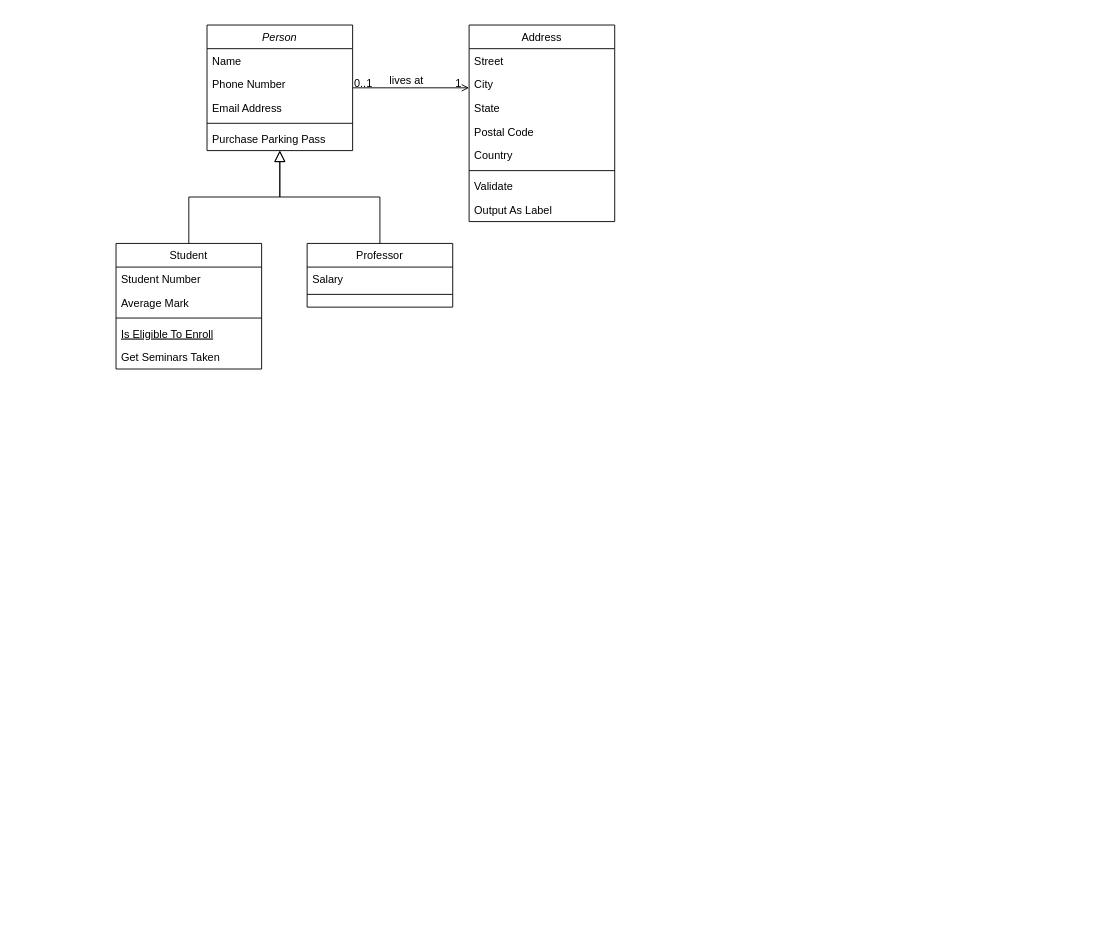
TalbiCome/TowerDefense keeps this draw.io diagram as Doc/Diagramme sans nom.drawio. Above is the earlier version. Source tidied: cells renumbered, new cells numbered last; positions are measured from the earlier drawing's top-left corner, leaving out a move shared by most shapes. Both pictures are drawn from the tidied source at 91%, with x=0, y=0 at pixel (116, 25).
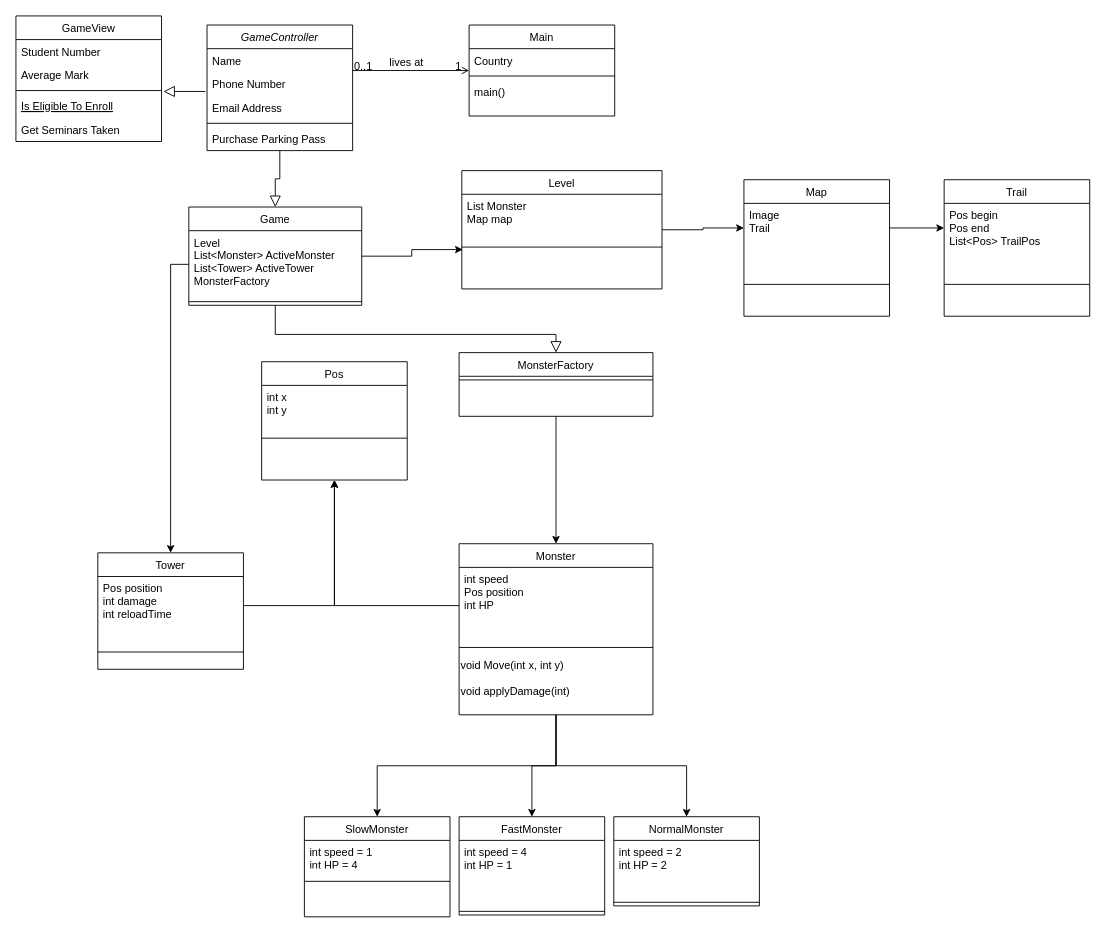
The same page after the edit.

The change refers to these unchanged cells:
```xml
<mxCell id="5" value="Email Address" style="text;align=left;verticalAlign=top;spacingLeft=4;spacingRight=4;overflow=hidden;points=[[0,0.5],[1,0.5]];portConstraint=eastwest;rounded=0;shadow=0;html=0;" parent="2" vertex="1">
  <mxGeometry y="78" width="160" height="26" as="geometry" />
</mxCell>
<mxCell id="12" value="Is Eligible To Enroll" style="text;align=left;verticalAlign=top;spacingLeft=4;spacingRight=4;overflow=hidden;points=[[0,0.5],[1,0.5]];portConstraint=eastwest;fontStyle=4;" parent="8" vertex="1">
  <mxGeometry y="86" width="160" height="26" as="geometry" />
</mxCell>
```

Diff of the diagram source:
```diff
@@
-    <mxCell id="2" value="Person" style="swimlane;fontStyle=2;align=center;verticalAlign=top;horizontal=1;startSize=26;rounded=0;shadow=0;strokeWidth=1;" parent="1" vertex="1">
+    <mxCell id="2" value="GameController" style="swimlane;fontStyle=2;align=center;verticalAlign=top;horizontal=1;startSize=26;rounded=0;shadow=0;strokeWidth=1;" parent="1" vertex="1">
       <mxGeometry x="100" width="160" height="138" as="geometry" />
     </mxCell>
@@
-    <mxCell id="8" value="Student" style="swimlane;fontStyle=0;align=center;verticalAlign=top;horizontal=1;startSize=26;rounded=0;shadow=0;strokeWidth=1;" parent="1" vertex="1">
-      <mxGeometry y="240" width="160" height="138" as="geometry" />
+    <mxCell id="8" value="GameView" style="swimlane;fontStyle=0;align=center;verticalAlign=top;horizontal=1;startSize=26;rounded=0;shadow=0;strokeWidth=1;" parent="1" vertex="1">
+      <mxGeometry x="-110" y="-10" width="160" height="138" as="geometry" />
     </mxCell>
@@
-    <mxCell id="14" style="endArrow=block;endSize=10;endFill=0;shadow=0;strokeWidth=1;rounded=0;edgeStyle=elbowEdgeStyle;elbow=vertical;" parent="1" edge="1" source="8" target="2">
+    <mxCell id="14" style="endArrow=block;endSize=10;endFill=0;shadow=0;strokeWidth=1;rounded=0;edgeStyle=elbowEdgeStyle;elbow=vertical;exitX=-0.012;exitY=-0.192;exitDx=0;exitDy=0;exitPerimeter=0;entryX=1.013;entryY=-0.115;entryDx=0;entryDy=0;entryPerimeter=0;" parent="1" edge="1" source="5" target="12">
       <mxGeometry relative="1" as="geometry" />
     </mxCell>
-    <mxCell id="15" value="Professor" style="swimlane;fontStyle=0;align=center;verticalAlign=top;horizontal=1;startSize=26;rounded=0;shadow=0;strokeWidth=1;" parent="1" vertex="1">
-      <mxGeometry x="210" y="240" width="160" height="70" as="geometry" />
+    <mxCell id="15" value="Game" style="swimlane;fontStyle=0;align=center;verticalAlign=top;horizontal=1;startSize=26;rounded=0;shadow=0;strokeWidth=1;" parent="1" vertex="1">
+      <mxGeometry x="80" y="200" width="190" height="108" as="geometry" />
     </mxCell>
-    <mxCell id="16" value="Salary" style="text;align=left;verticalAlign=top;spacingLeft=4;spacingRight=4;overflow=hidden;points=[[0,0.5],[1,0.5]];portConstraint=eastwest;" parent="15" vertex="1">
-      <mxGeometry y="26" width="160" height="26" as="geometry" />
+    <mxCell id="16" value="Level&#10;List&lt;Monster&gt; ActiveMonster&#10;List&lt;Tower&gt; ActiveTower&#10;MonsterFactory&#10;" style="text;align=left;verticalAlign=top;spacingLeft=4;spacingRight=4;overflow=hidden;points=[[0,0.5],[1,0.5]];portConstraint=eastwest;" parent="15" vertex="1">
+      <mxGeometry y="26" width="190" height="74" as="geometry" />
     </mxCell>
     <mxCell id="17" style="line;html=1;strokeWidth=1;align=left;verticalAlign=middle;spacingTop=-1;spacingLeft=3;spacingRight=3;labelPosition=right;" parent="15" vertex="1">
-      <mxGeometry y="52" width="160" height="8" as="geometry" />
+      <mxGeometry y="100" width="190" height="8" as="geometry" />
     </mxCell>
-    <mxCell id="18" style="endArrow=block;endSize=10;endFill=0;shadow=0;strokeWidth=1;rounded=0;edgeStyle=elbowEdgeStyle;elbow=vertical;" parent="1" edge="1" source="15" target="2">
-      <mxGeometry relative="1" as="geometry" />
-    </mxCell>
-    <mxCell id="19" value="Address" style="swimlane;fontStyle=0;align=center;verticalAlign=top;horizontal=1;startSize=26;rounded=0;shadow=0;strokeWidth=1;" parent="1" vertex="1">
-      <mxGeometry x="388" width="160" height="216" as="geometry" />
+    <mxCell id="19" value="Main" style="swimlane;fontStyle=0;align=center;verticalAlign=top;horizontal=1;startSize=26;rounded=0;shadow=0;strokeWidth=1;" parent="1" vertex="1">
+      <mxGeometry x="388" width="160" height="100" as="geometry" />
     </mxCell>
-    <mxCell id="20" value="Street" style="text;align=left;verticalAlign=top;spacingLeft=4;spacingRight=4;overflow=hidden;" parent="19" vertex="1">
-      <mxGeometry y="26" width="160" height="26" as="geometry" />
-    </mxCell>
-    <mxCell id="21" value="City" style="text;align=left;verticalAlign=top;spacingLeft=4;spacingRight=4;overflow=hidden;rounded=0;shadow=0;html=0;" parent="19" vertex="1">
-      <mxGeometry y="52" width="160" height="26" as="geometry" />
-    </mxCell>
-    <mxCell id="22" value="State" style="text;align=left;verticalAlign=top;spacingLeft=4;spacingRight=4;overflow=hidden;rounded=0;shadow=0;html=0;" parent="19" vertex="1">
-      <mxGeometry y="78" width="160" height="26" as="geometry" />
-    </mxCell>
-    <mxCell id="23" value="Postal Code" style="text;align=left;verticalAlign=top;spacingLeft=4;spacingRight=4;overflow=hidden;rounded=0;shadow=0;html=0;" parent="19" vertex="1">
-      <mxGeometry y="104" width="160" height="26" as="geometry" />
-    </mxCell>
     <mxCell id="24" value="Country" style="text;align=left;verticalAlign=top;spacingLeft=4;spacingRight=4;overflow=hidden;rounded=0;shadow=0;html=0;" parent="19" vertex="1">
-      <mxGeometry y="130" width="160" height="26" as="geometry" />
+      <mxGeometry y="26" width="160" height="26" as="geometry" />
     </mxCell>
     <mxCell id="25" style="line;html=1;strokeWidth=1;align=left;verticalAlign=middle;spacingTop=-1;spacingLeft=3;spacingRight=3;labelPosition=right;" parent="19" vertex="1">
-      <mxGeometry y="156" width="160" height="8" as="geometry" />
+      <mxGeometry y="52" width="160" height="8" as="geometry" />
     </mxCell>
-    <mxCell id="26" value="Validate" style="text;align=left;verticalAlign=top;spacingLeft=4;spacingRight=4;overflow=hidden;" parent="19" vertex="1">
-      <mxGeometry y="164" width="160" height="26" as="geometry" />
-    </mxCell>
-    <mxCell id="27" value="Output As Label" style="text;align=left;verticalAlign=top;spacingLeft=4;spacingRight=4;overflow=hidden;" parent="19" vertex="1">
-      <mxGeometry y="190" width="160" height="26" as="geometry" />
+    <mxCell id="27" value="main()" style="text;align=left;verticalAlign=top;spacingLeft=4;spacingRight=4;overflow=hidden;" parent="19" vertex="1">
+      <mxGeometry y="60" width="160" height="26" as="geometry" />
     </mxCell>
@@
+    <mxCell id="32" style="endArrow=block;endSize=10;endFill=0;shadow=0;strokeWidth=1;rounded=0;edgeStyle=elbowEdgeStyle;elbow=vertical;exitX=0.5;exitY=1;exitDx=0;exitDy=0;entryX=0.5;entryY=0;entryDx=0;entryDy=0;" parent="1" edge="1" target="15">
+      <mxGeometry relative="1" as="geometry">
+        <mxPoint x="180" y="138" as="sourcePoint" />
+      </mxGeometry>
+    </mxCell>
+    <mxCell id="33" style="endArrow=block;endSize=10;endFill=0;shadow=0;strokeWidth=1;rounded=0;edgeStyle=elbowEdgeStyle;elbow=vertical;exitX=0.5;exitY=1;exitDx=0;exitDy=0;entryX=0.5;entryY=0;entryDx=0;entryDy=0;" parent="1" edge="1" source="15" target="68">
+      <mxGeometry relative="1" as="geometry">
+        <Array as="points">
+          <mxPoint x="470" y="340" />
+        </Array>
+      </mxGeometry>
+    </mxCell>
+    <mxCell id="34" value="Tower" style="swimlane;fontStyle=0;align=center;verticalAlign=top;horizontal=1;startSize=26;rounded=0;shadow=0;strokeWidth=1;" parent="1" vertex="1">
+      <mxGeometry x="-20" y="580" width="160" height="128" as="geometry" />
+    </mxCell>
+    <mxCell id="35" value="Pos position&#10;int damage&#10;int reloadTime&#10;" style="text;align=left;verticalAlign=top;spacingLeft=4;spacingRight=4;overflow=hidden;points=[[0,0.5],[1,0.5]];portConstraint=eastwest;" parent="34" vertex="1">
+      <mxGeometry y="26" width="160" height="64" as="geometry" />
+    </mxCell>
+    <mxCell id="36" style="line;html=1;strokeWidth=1;align=left;verticalAlign=middle;spacingTop=-1;spacingLeft=3;spacingRight=3;labelPosition=right;" parent="34" vertex="1">
+      <mxGeometry y="90" width="160" height="38" as="geometry" />
+    </mxCell>
+    <mxCell id="37" style="edgeStyle=orthogonalEdgeStyle;rounded=0;jettySize=auto;html=1;exitX=0;exitY=0.5;exitDx=0;exitDy=0;entryX=0.5;entryY=0;entryDx=0;entryDy=0;" parent="1" edge="1" source="16" target="34">
+      <mxGeometry relative="1" as="geometry" />
+    </mxCell>
+    <mxCell id="38" style="edgeStyle=orthogonalEdgeStyle;rounded=0;jettySize=auto;html=1;exitX=0.5;exitY=1;exitDx=0;exitDy=0;entryX=0.5;entryY=0;entryDx=0;entryDy=0;" parent="1" edge="1" source="41" target="51">
+      <mxGeometry relative="1" as="geometry" />
+    </mxCell>
+    <mxCell id="39" style="edgeStyle=orthogonalEdgeStyle;rounded=0;jettySize=auto;html=1;exitX=0.5;exitY=1;exitDx=0;exitDy=0;entryX=0.5;entryY=0;entryDx=0;entryDy=0;" parent="1" edge="1" source="41" target="48">
+      <mxGeometry relative="1" as="geometry" />
+    </mxCell>
+    <mxCell id="40" style="edgeStyle=orthogonalEdgeStyle;rounded=0;jettySize=auto;html=1;exitX=0.5;exitY=1;exitDx=0;exitDy=0;entryX=0.5;entryY=0;entryDx=0;entryDy=0;" parent="1" edge="1" source="41" target="54">
+      <mxGeometry relative="1" as="geometry" />
+    </mxCell>
+    <mxCell id="41" value="Monster" style="swimlane;fontStyle=0;align=center;verticalAlign=top;horizontal=1;startSize=26;rounded=0;shadow=0;strokeWidth=1;" parent="1" vertex="1">
+      <mxGeometry x="377" y="570" width="213" height="188" as="geometry" />
+    </mxCell>
+    <mxCell id="42" value="int speed&#10;Pos position&#10;int HP&#10;" style="text;align=left;verticalAlign=top;spacingLeft=4;spacingRight=4;overflow=hidden;points=[[0,0.5],[1,0.5]];portConstraint=eastwest;" parent="41" vertex="1">
+      <mxGeometry y="26" width="213" height="84" as="geometry" />
+    </mxCell>
+    <mxCell id="43" style="line;html=1;strokeWidth=1;align=left;verticalAlign=middle;spacingTop=-1;spacingLeft=3;spacingRight=3;labelPosition=right;" parent="41" vertex="1">
+      <mxGeometry y="110" width="213" height="8" as="geometry" />
+    </mxCell>
+    <mxCell id="44" value="&lt;div align=&quot;left&quot;&gt;void Move(int x, int y)&lt;/div&gt;&lt;div&gt;&lt;br&gt;&lt;/div&gt;&lt;div&gt;void applyDamage(int)&lt;br&gt;&lt;/div&gt;" style="text;html=1;align=left;verticalAlign=middle;strokeColor=none;fillColor=none;" parent="41" vertex="1">
+      <mxGeometry y="118" width="213" height="60" as="geometry" />
+    </mxCell>
+    <mxCell id="45" value="Map" style="swimlane;fontStyle=0;align=center;verticalAlign=top;horizontal=1;startSize=26;rounded=0;shadow=0;strokeWidth=1;" parent="1" vertex="1">
+      <mxGeometry x="690" y="170" width="160" height="150" as="geometry" />
+    </mxCell>
+    <mxCell id="46" value="Image&#10;Trail&#10;&#10;" style="text;align=left;verticalAlign=top;spacingLeft=4;spacingRight=4;overflow=hidden;points=[[0,0.5],[1,0.5]];portConstraint=eastwest;" parent="45" vertex="1">
+      <mxGeometry y="26" width="160" height="54" as="geometry" />
+    </mxCell>
+    <mxCell id="47" style="line;html=1;strokeWidth=1;align=left;verticalAlign=middle;spacingTop=-1;spacingLeft=3;spacingRight=3;labelPosition=right;" parent="45" vertex="1">
+      <mxGeometry y="80" width="160" height="70" as="geometry" />
+    </mxCell>
+    <mxCell id="48" value="SlowMonster" style="swimlane;fontStyle=0;align=center;verticalAlign=top;horizontal=1;startSize=26;rounded=0;shadow=0;strokeWidth=1;" parent="1" vertex="1">
+      <mxGeometry x="207" y="870" width="160" height="110" as="geometry" />
+    </mxCell>
+    <mxCell id="49" value="int speed = 1&#10;int HP = 4&#10;" style="text;align=left;verticalAlign=top;spacingLeft=4;spacingRight=4;overflow=hidden;" parent="48" vertex="1">
+      <mxGeometry y="26" width="160" height="26" as="geometry" />
+    </mxCell>
+    <mxCell id="50" style="line;html=1;strokeWidth=1;align=left;verticalAlign=middle;spacingTop=-1;spacingLeft=3;spacingRight=3;labelPosition=right;" parent="48" vertex="1">
+      <mxGeometry y="52" width="160" height="38" as="geometry" />
+    </mxCell>
+    <mxCell id="51" value="FastMonster" style="swimlane;fontStyle=0;align=center;verticalAlign=top;horizontal=1;startSize=26;rounded=0;shadow=0;strokeWidth=1;" parent="1" vertex="1">
+      <mxGeometry x="377" y="870" width="160" height="108" as="geometry" />
+    </mxCell>
+    <mxCell id="52" value="int speed = 4&#10;int HP = 1&#10;" style="text;align=left;verticalAlign=top;spacingLeft=4;spacingRight=4;overflow=hidden;" parent="51" vertex="1">
+      <mxGeometry y="26" width="160" height="74" as="geometry" />
+    </mxCell>
+    <mxCell id="53" style="line;html=1;strokeWidth=1;align=left;verticalAlign=middle;spacingTop=-1;spacingLeft=3;spacingRight=3;labelPosition=right;" parent="51" vertex="1">
+      <mxGeometry y="100" width="160" height="8" as="geometry" />
+    </mxCell>
+    <mxCell id="54" value="NormalMonster" style="swimlane;fontStyle=0;align=center;verticalAlign=top;horizontal=1;startSize=26;rounded=0;shadow=0;strokeWidth=1;" parent="1" vertex="1">
+      <mxGeometry x="547" y="870" width="160" height="98" as="geometry" />
+    </mxCell>
+    <mxCell id="55" value="int speed = 2&#10;int HP = 2&#10;" style="text;align=left;verticalAlign=top;spacingLeft=4;spacingRight=4;overflow=hidden;" parent="54" vertex="1">
+      <mxGeometry y="26" width="160" height="64" as="geometry" />
+    </mxCell>
+    <mxCell id="56" style="line;html=1;strokeWidth=1;align=left;verticalAlign=middle;spacingTop=-1;spacingLeft=3;spacingRight=3;labelPosition=right;" parent="54" vertex="1">
+      <mxGeometry y="90" width="160" height="8" as="geometry" />
+    </mxCell>
+    <mxCell id="57" value="Pos" style="swimlane;fontStyle=0;align=center;verticalAlign=top;horizontal=1;startSize=26;rounded=0;shadow=0;strokeWidth=1;" parent="1" vertex="1">
+      <mxGeometry x="160" y="370" width="160" height="130" as="geometry" />
+    </mxCell>
+    <mxCell id="58" value="int x&#10;int y&#10;" style="text;align=left;verticalAlign=top;spacingLeft=4;spacingRight=4;overflow=hidden;" parent="57" vertex="1">
+      <mxGeometry y="26" width="160" height="54" as="geometry" />
+    </mxCell>
+    <mxCell id="59" style="line;html=1;strokeWidth=1;align=left;verticalAlign=middle;spacingTop=-1;spacingLeft=3;spacingRight=3;labelPosition=right;" parent="57" vertex="1">
+      <mxGeometry y="80" width="160" height="8" as="geometry" />
+    </mxCell>
+    <mxCell id="60" style="edgeStyle=orthogonalEdgeStyle;rounded=0;jettySize=auto;html=1;exitX=1;exitY=0.5;exitDx=0;exitDy=0;entryX=0;entryY=0.5;entryDx=0;entryDy=0;" parent="1" edge="1" source="61" target="46">
+      <mxGeometry relative="1" as="geometry" />
+    </mxCell>
+    <mxCell id="61" value="Level" style="swimlane;fontStyle=0;align=center;verticalAlign=top;horizontal=1;startSize=26;rounded=0;shadow=0;strokeWidth=1;" parent="1" vertex="1">
+      <mxGeometry x="380" y="160" width="220" height="130" as="geometry" />
+    </mxCell>
+    <mxCell id="62" value="List Monster&#10;Map map" style="text;align=left;verticalAlign=top;spacingLeft=4;spacingRight=4;overflow=hidden;points=[[0,0.5],[1,0.5]];portConstraint=eastwest;" parent="61" vertex="1">
+      <mxGeometry y="26" width="220" height="54" as="geometry" />
+    </mxCell>
+    <mxCell id="63" style="line;html=1;strokeWidth=1;align=left;verticalAlign=middle;spacingTop=-1;spacingLeft=3;spacingRight=3;labelPosition=right;" parent="61" vertex="1">
+      <mxGeometry y="80" width="220" height="8" as="geometry" />
+    </mxCell>
+    <mxCell id="64" style="edgeStyle=orthogonalEdgeStyle;rounded=0;jettySize=auto;html=1;exitX=1;exitY=0.5;exitDx=0;exitDy=0;entryX=0.005;entryY=1.125;entryDx=0;entryDy=0;entryPerimeter=0;" parent="1" edge="1" source="15" target="62">
+      <mxGeometry relative="1" as="geometry" />
+    </mxCell>
+    <mxCell id="65" style="edgeStyle=orthogonalEdgeStyle;rounded=0;jettySize=auto;html=1;exitX=1;exitY=0.5;exitDx=0;exitDy=0;entryX=0.5;entryY=1;entryDx=0;entryDy=0;" parent="1" edge="1" source="35" target="57">
+      <mxGeometry relative="1" as="geometry" />
+    </mxCell>
+    <mxCell id="66" style="edgeStyle=orthogonalEdgeStyle;rounded=0;jettySize=auto;html=1;exitX=0;exitY=0.5;exitDx=0;exitDy=0;entryX=0.5;entryY=1;entryDx=0;entryDy=0;" parent="1" edge="1" source="42" target="57">
+      <mxGeometry relative="1" as="geometry" />
+    </mxCell>
+    <mxCell id="67" style="edgeStyle=orthogonalEdgeStyle;rounded=0;jettySize=auto;html=1;exitX=0.5;exitY=1;exitDx=0;exitDy=0;entryX=0.5;entryY=0;entryDx=0;entryDy=0;" parent="1" edge="1" source="68" target="41">
+      <mxGeometry relative="1" as="geometry" />
+    </mxCell>
+    <mxCell id="68" value="MonsterFactory" style="swimlane;fontStyle=0;align=center;verticalAlign=top;horizontal=1;startSize=26;rounded=0;shadow=0;strokeWidth=1;" parent="1" vertex="1">
+      <mxGeometry x="377" y="360" width="213" height="70" as="geometry" />
+    </mxCell>
+    <mxCell id="69" style="line;html=1;strokeWidth=1;align=left;verticalAlign=middle;spacingTop=-1;spacingLeft=3;spacingRight=3;labelPosition=right;" parent="68" vertex="1">
+      <mxGeometry y="26" width="213" height="8" as="geometry" />
+    </mxCell>
+    <mxCell id="70" value="Trail" style="swimlane;fontStyle=0;align=center;verticalAlign=top;horizontal=1;startSize=26;rounded=0;shadow=0;strokeWidth=1;" parent="1" vertex="1">
+      <mxGeometry x="910" y="170" width="160" height="150" as="geometry" />
+    </mxCell>
+    <mxCell id="71" value="Pos begin&#10;Pos end&#10;List&lt;Pos&gt; TrailPos" style="text;align=left;verticalAlign=top;spacingLeft=4;spacingRight=4;overflow=hidden;points=[[0,0.5],[1,0.5]];portConstraint=eastwest;" parent="70" vertex="1">
+      <mxGeometry y="26" width="160" height="54" as="geometry" />
+    </mxCell>
+    <mxCell id="72" style="line;html=1;strokeWidth=1;align=left;verticalAlign=middle;spacingTop=-1;spacingLeft=3;spacingRight=3;labelPosition=right;" parent="70" vertex="1">
+      <mxGeometry y="80" width="160" height="70" as="geometry" />
+    </mxCell>
+    <mxCell id="73" style="edgeStyle=orthogonalEdgeStyle;rounded=0;jettySize=auto;html=1;exitX=1;exitY=0.5;exitDx=0;exitDy=0;entryX=0;entryY=0.5;entryDx=0;entryDy=0;" parent="1" edge="1" source="46" target="71">
+      <mxGeometry relative="1" as="geometry" />
+    </mxCell>
```
